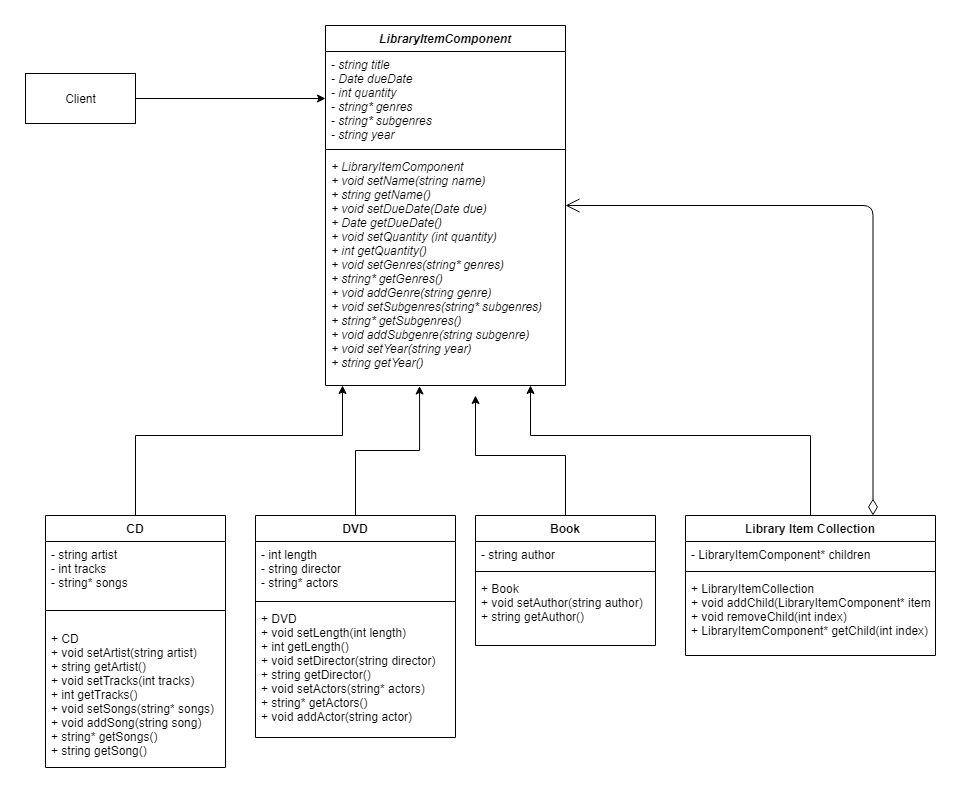
Above: images/LibraryItemOMT.png in umustdye/Book-Worms (draw.io), before the change. Source tidied: cells renumbered, new cells last; positions are measured from the earlier drawing's top-left corner, leaving out a move shared by most shapes.
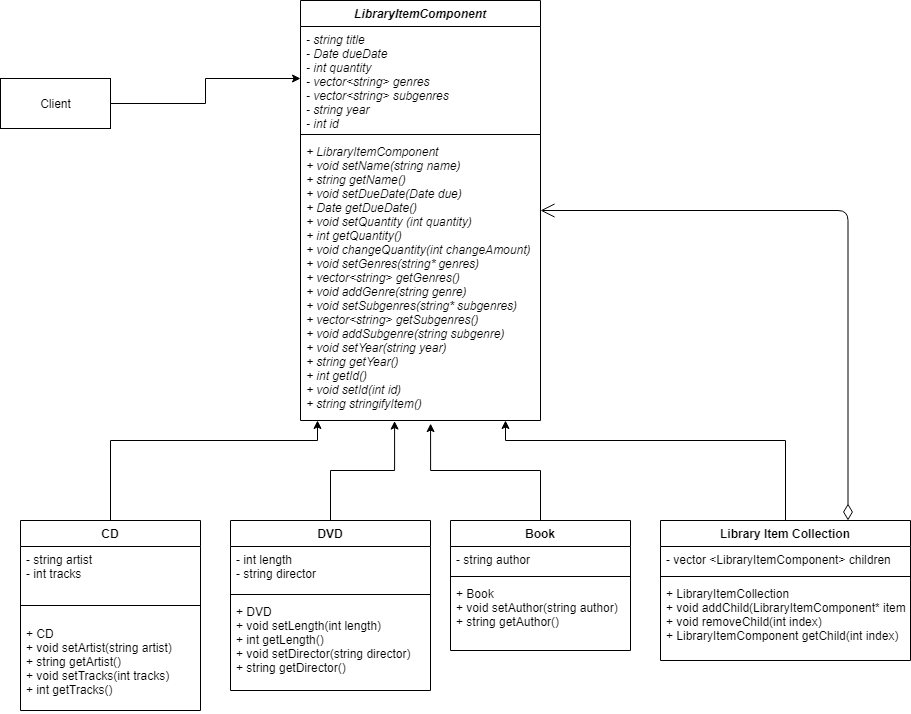
Later version of the same file.

Commit message:
Updated Item OMT

What changed in the source:
```diff
@@ -11,35 +11,38 @@
       </mxGeometry>
     </mxCell>
     <mxCell id="3" value="CD" style="swimlane;fontStyle=1;align=center;verticalAlign=top;horizontal=1;startSize=26;" parent="1" vertex="1">
-      <mxGeometry x="20" y="490" width="180" height="252" as="geometry" />
+      <mxGeometry x="20" y="490" width="180" height="190" as="geometry" />
     </mxCell>
-    <mxCell id="4" value="- string artist&#10;- int tracks&#10;- string* songs" style="text;strokeColor=none;fillColor=none;align=left;verticalAlign=top;spacingLeft=4;spacingRight=4;overflow=hidden;" parent="3" vertex="1">
-      <mxGeometry y="26" width="180" height="54" as="geometry" />
+    <mxCell id="4" value="- string artist&#10;- int tracks" style="text;strokeColor=none;fillColor=none;align=left;verticalAlign=top;spacingLeft=4;spacingRight=4;overflow=hidden;" parent="3" vertex="1">
+      <mxGeometry y="26" width="180" height="44" as="geometry" />
     </mxCell>
     <mxCell id="5" style="line;strokeWidth=1;fillColor=none;align=left;verticalAlign=middle;spacingTop=-1;spacingLeft=3;spacingRight=3;labelPosition=right;" parent="3" vertex="1">
-      <mxGeometry y="80" width="180" height="30" as="geometry" />
+      <mxGeometry y="70" width="180" height="30" as="geometry" />
     </mxCell>
-    <mxCell id="6" value="+ CD&#10;+ void setArtist(string artist)&#10;+ string getArtist()&#10;+ void setTracks(int tracks)&#10;+ int getTracks()&#10;+ void setSongs(string* songs)&#10;+ void addSong(string song)&#10;+ string* getSongs()&#10;+ string getSong()&#10;" style="text;strokeColor=none;fillColor=none;align=left;verticalAlign=top;spacingLeft=4;spacingRight=4;overflow=hidden;" parent="3" vertex="1">
-      <mxGeometry y="110" width="180" height="142" as="geometry" />
+    <mxCell id="6" value="+ CD&#10;+ void setArtist(string artist)&#10;+ string getArtist()&#10;+ void setTracks(int tracks)&#10;+ int getTracks()&#10;" style="text;strokeColor=none;fillColor=none;align=left;verticalAlign=top;spacingLeft=4;spacingRight=4;overflow=hidden;" parent="3" vertex="1">
+      <mxGeometry y="100" width="180" height="90" as="geometry" />
     </mxCell>
     <mxCell id="7" style="edgeStyle=orthogonalEdgeStyle;rounded=0;jettySize=auto;html=1;entryX=0.392;entryY=1.002;entryDx=0;entryDy=0;entryPerimeter=0;" parent="1" edge="1" source="8" target="25">
       <mxGeometry relative="1" as="geometry" />
     </mxCell>
     <mxCell id="8" value="DVD" style="swimlane;fontStyle=1;align=center;verticalAlign=top;horizontal=1;startSize=26;" parent="1" vertex="1">
-      <mxGeometry x="230" y="490" width="200" height="222" as="geometry" />
+      <mxGeometry x="230" y="490" width="200" height="170" as="geometry" />
     </mxCell>
-    <mxCell id="9" value="- int length&#10;- string director&#10;- string* actors" style="text;strokeColor=none;fillColor=none;align=left;verticalAlign=top;spacingLeft=4;spacingRight=4;overflow=hidden;" parent="8" vertex="1">
-      <mxGeometry y="26" width="200" height="56" as="geometry" />
+    <mxCell id="9" value="- int length&#10;- string director" style="text;strokeColor=none;fillColor=none;align=left;verticalAlign=top;spacingLeft=4;spacingRight=4;overflow=hidden;" parent="8" vertex="1">
+      <mxGeometry y="26" width="200" height="44" as="geometry" />
     </mxCell>
     <mxCell id="10" style="line;strokeWidth=1;fillColor=none;align=left;verticalAlign=middle;spacingTop=-1;spacingLeft=3;spacingRight=3;labelPosition=right;" parent="8" vertex="1">
-      <mxGeometry y="82" width="200" height="8" as="geometry" />
+      <mxGeometry y="70" width="200" height="8" as="geometry" />
     </mxCell>
-    <mxCell id="11" value="+ DVD&#10;+ void setLength(int length) &#10;+ int getLength()&#10;+ void setDirector(string director)&#10;+ string getDirector()&#10;+ void setActors(string* actors)&#10;+ string* getActors()&#10;+ void addActor(string actor)" style="text;strokeColor=none;fillColor=none;align=left;verticalAlign=top;spacingLeft=4;spacingRight=4;overflow=hidden;" parent="8" vertex="1">
-      <mxGeometry y="90" width="200" height="132" as="geometry" />
+    <mxCell id="11" value="+ DVD&#10;+ void setLength(int length) &#10;+ int getLength()&#10;+ void setDirector(string director)&#10;+ string getDirector()" style="text;strokeColor=none;fillColor=none;align=left;verticalAlign=top;spacingLeft=4;spacingRight=4;overflow=hidden;" parent="8" vertex="1">
+      <mxGeometry y="78" width="200" height="92" as="geometry" />
     </mxCell>
-    <mxCell id="12" style="edgeStyle=orthogonalEdgeStyle;rounded=0;jettySize=auto;html=1;" parent="1" edge="1" source="13">
+    <mxCell id="12" style="edgeStyle=orthogonalEdgeStyle;rounded=0;jettySize=auto;html=1;entryX=0.542;entryY=1.011;entryDx=0;entryDy=0;entryPerimeter=0;" parent="1" edge="1" source="13" target="25">
       <mxGeometry relative="1" as="geometry">
-        <mxPoint x="450" y="370" as="targetPoint" />
+        <Array as="points">
+          <mxPoint x="540" y="440" />
+          <mxPoint x="430" y="440" />
+        </Array>
       </mxGeometry>
     </mxCell>
     <mxCell id="13" value="Book&#10;" style="swimlane;fontStyle=1;align=center;verticalAlign=top;horizontal=1;startSize=26;" parent="1" vertex="1">
@@ -65,26 +68,26 @@
     <mxCell id="18" value="Library Item Collection" style="swimlane;fontStyle=1;align=center;verticalAlign=top;horizontal=1;startSize=26;" parent="1" vertex="1">
       <mxGeometry x="660" y="490" width="250" height="140" as="geometry" />
     </mxCell>
-    <mxCell id="19" value="- LibraryItemComponent* children" style="text;strokeColor=none;fillColor=none;align=left;verticalAlign=top;spacingLeft=4;spacingRight=4;overflow=hidden;" parent="18" vertex="1">
+    <mxCell id="19" value="- vector &lt;LibraryItemComponent&gt; children" style="text;strokeColor=none;fillColor=none;align=left;verticalAlign=top;spacingLeft=4;spacingRight=4;overflow=hidden;" parent="18" vertex="1">
       <mxGeometry y="26" width="250" height="26" as="geometry" />
     </mxCell>
     <mxCell id="20" style="line;strokeWidth=1;fillColor=none;align=left;verticalAlign=middle;spacingTop=-1;spacingLeft=3;spacingRight=3;labelPosition=right;" parent="18" vertex="1">
       <mxGeometry y="52" width="250" height="8" as="geometry" />
     </mxCell>
-    <mxCell id="21" value="+ LibraryItemCollection&#10;+ void addChild(LibraryItemComponent* item)&#10;+ void removeChild(int index)&#10;+ LibraryItemComponent* getChild(int index) " style="text;strokeColor=none;fillColor=none;align=left;verticalAlign=top;spacingLeft=4;spacingRight=4;overflow=hidden;" parent="18" vertex="1">
+    <mxCell id="21" value="+ LibraryItemCollection&#10;+ void addChild(LibraryItemComponent* item)&#10;+ void removeChild(int index)&#10;+ LibraryItemComponent getChild(int index) " style="text;strokeColor=none;fillColor=none;align=left;verticalAlign=top;spacingLeft=4;spacingRight=4;overflow=hidden;" parent="18" vertex="1">
       <mxGeometry y="60" width="250" height="80" as="geometry" />
     </mxCell>
     <mxCell id="22" value="LibraryItemComponent" style="swimlane;fontStyle=3;align=center;verticalAlign=top;horizontal=1;startSize=26;" parent="1" vertex="1">
-      <mxGeometry x="300" width="240" height="360" as="geometry" />
+      <mxGeometry x="300" y="-30" width="240" height="420" as="geometry" />
     </mxCell>
-    <mxCell id="23" value="- string title&#10;- Date dueDate&#10;- int quantity&#10;- string* genres &#10;- string* subgenres &#10;- string year " style="text;strokeColor=none;fillColor=none;align=left;verticalAlign=top;spacingLeft=4;spacingRight=4;overflow=hidden;points=[[0,0.5],[1,0.5]];portConstraint=eastwest;fontStyle=2;" parent="22" vertex="1">
-      <mxGeometry y="26" width="240" height="94" as="geometry" />
+    <mxCell id="23" value="- string title&#10;- Date dueDate&#10;- int quantity&#10;- vector&lt;string&gt; genres &#10;- vector&lt;string&gt; subgenres &#10;- string year&#10;- int id " style="text;strokeColor=none;fillColor=none;align=left;verticalAlign=top;spacingLeft=4;spacingRight=4;overflow=hidden;points=[[0,0.5],[1,0.5]];portConstraint=eastwest;fontStyle=2;" parent="22" vertex="1">
+      <mxGeometry y="26" width="240" height="104" as="geometry" />
     </mxCell>
     <mxCell id="24" style="line;strokeWidth=1;fillColor=none;align=left;verticalAlign=middle;spacingTop=-1;spacingLeft=3;spacingRight=3;labelPosition=right;" parent="22" vertex="1">
-      <mxGeometry y="120" width="240" height="8" as="geometry" />
+      <mxGeometry y="130" width="240" height="8" as="geometry" />
     </mxCell>
-    <mxCell id="25" value="+ LibraryItemComponent&#10;+ void setName(string name)&#10;+ string getName()&#10;+ void setDueDate(Date due)&#10;+ Date getDueDate()&#10;+ void setQuantity (int quantity)&#10;+ int getQuantity()&#10;+ void setGenres(string* genres)&#10;+ string* getGenres()&#10;+ void addGenre(string genre)&#10;+ void setSubgenres(string* subgenres)&#10;+ string* getSubgenres()&#10;+ void addSubgenre(string subgenre)&#10;+ void setYear(string year)&#10;+ string getYear()" style="text;strokeColor=none;fillColor=none;align=left;verticalAlign=top;spacingLeft=4;spacingRight=4;overflow=hidden;points=[[0,0.5],[1,0.5]];portConstraint=eastwest;fontStyle=2;" parent="22" vertex="1">
-      <mxGeometry y="128" width="240" height="232" as="geometry" />
+    <mxCell id="25" value="+ LibraryItemComponent&#10;+ void setName(string name)&#10;+ string getName()&#10;+ void setDueDate(Date due)&#10;+ Date getDueDate()&#10;+ void setQuantity (int quantity)&#10;+ int getQuantity()&#10;+ void changeQuantity(int changeAmount)&#10;+ void setGenres(string* genres)&#10;+ vector&lt;string&gt; getGenres()&#10;+ void addGenre(string genre)&#10;+ void setSubgenres(string* subgenres)&#10;+ vector&lt;string&gt; getSubgenres()&#10;+ void addSubgenre(string subgenre)&#10;+ void setYear(string year)&#10;+ string getYear()&#10;+ int getId()&#10;+ void setId(int id)&#10;+ string stringifyItem()&#10;" style="text;strokeColor=none;fillColor=none;align=left;verticalAlign=top;spacingLeft=4;spacingRight=4;overflow=hidden;points=[[0,0.5],[1,0.5]];portConstraint=eastwest;fontStyle=2;" parent="22" vertex="1">
+      <mxGeometry y="138" width="240" height="282" as="geometry" />
     </mxCell>
     <mxCell id="26" style="edgeStyle=orthogonalEdgeStyle;rounded=0;jettySize=auto;html=1;exitX=1;exitY=0.5;exitDx=0;exitDy=0;entryX=0;entryY=0.5;entryDx=0;entryDy=0;" parent="1" edge="1" source="27" target="23">
       <mxGeometry relative="1" as="geometry" />
```
